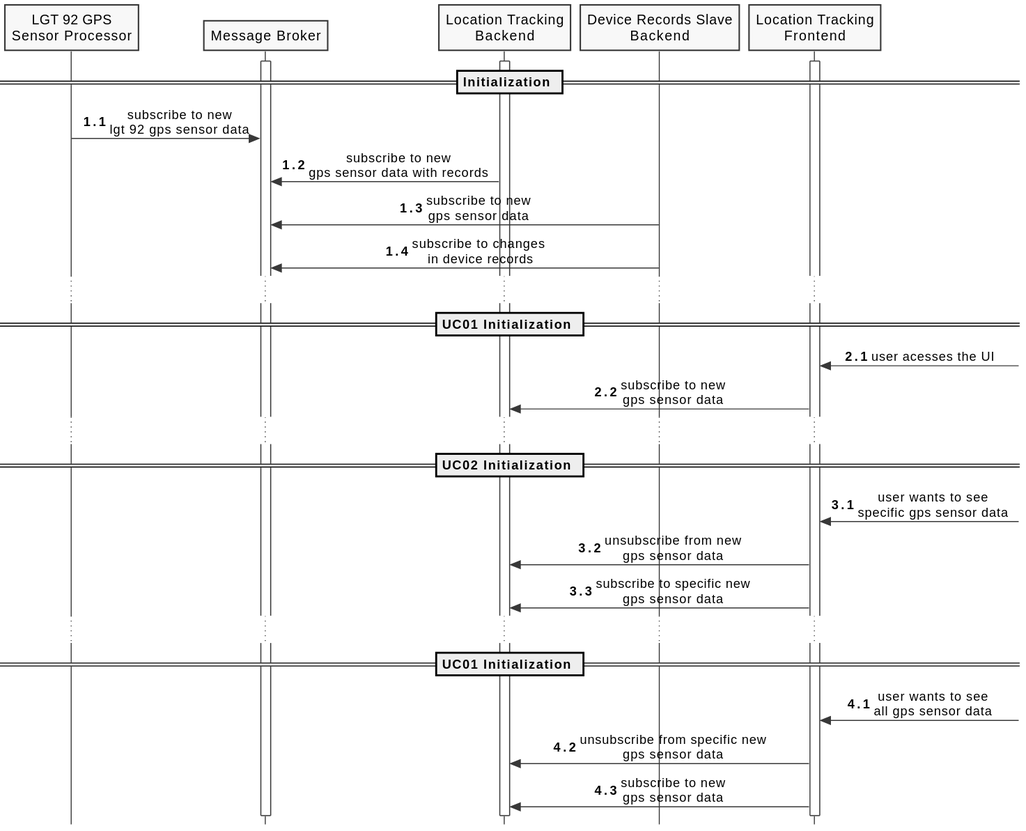
Above: docs/diagrams/process-view-level2-uc00.svg in FilipeMCruz/sensae-console (PlantUML), before the change.
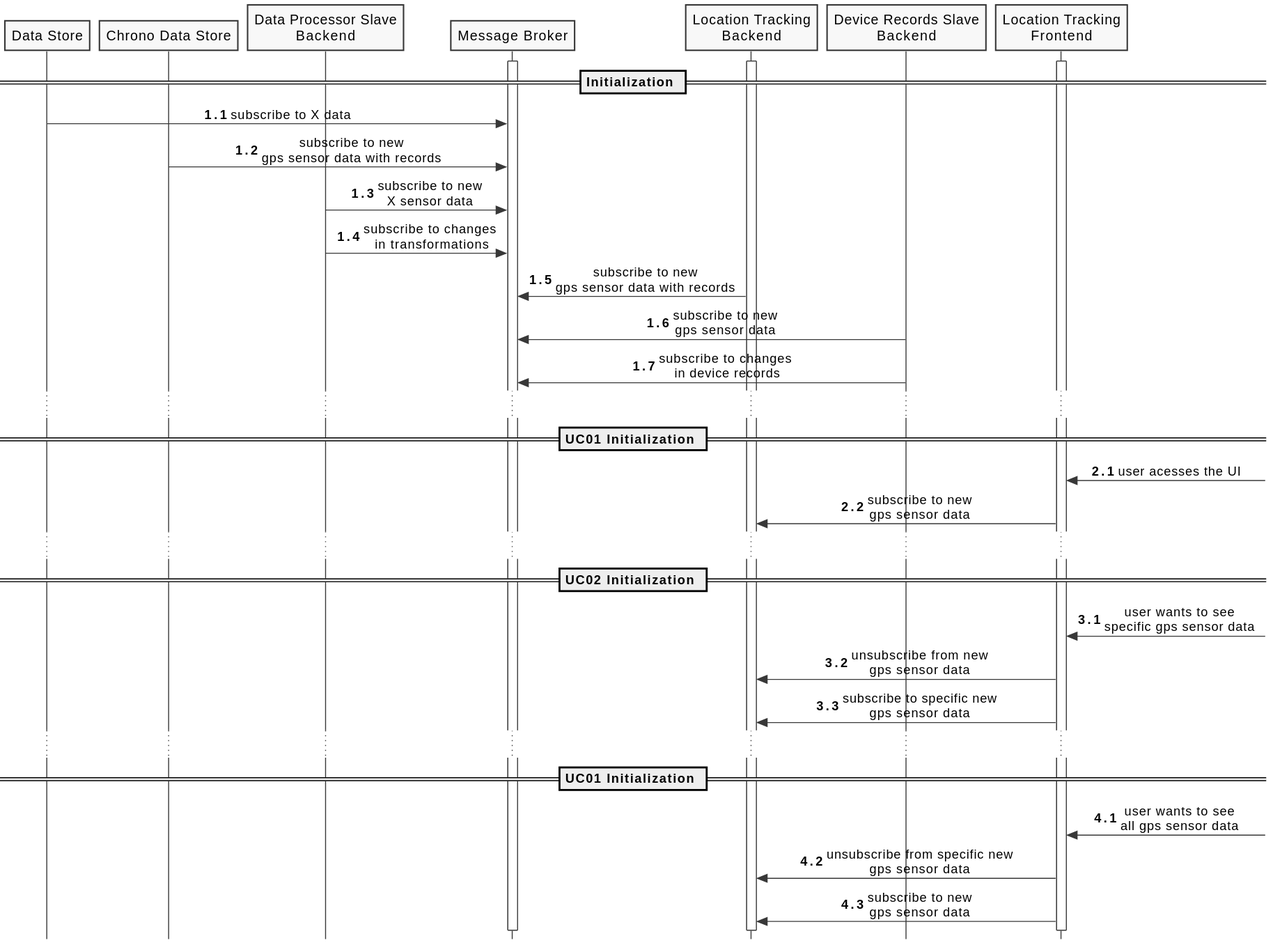
After the change.

Diff of the diagram source:
```diff
@@ -8,8 +8,9 @@
 autonumber 1.1
 
 participant "Data Gateway" as DG
-participant "LGT 92 GPS\nSensor Gateway" as LGT92GPSG
-participant "LGT 92 GPS\nSensor Processor" as LGT92GPSP
+participant "Data Store" as DS
+participant "Chrono Data Store" as CDS
+participant "Data Processor Slave\nBackend" as SDP
 participant "Message Broker" as MB
 participant "Location Tracking\nBackend" as LTB
 participant "Device Records Slave\nBackend" as DRSB
@@ -20,7 +21,10 @@
 activate LTB
 
 == Initialization ==
-LGT92GPSP -> MB : subscribe to new\nlgt 92 gps sensor data
+DS -> MB : subscribe to X data
+CDS -> MB : subscribe to new\ngps sensor data with records
+SDP -> MB : subscribe to new\nX sensor data
+SDP -> MB : subscribe to changes\n in transformations
 LTB -> MB : subscribe to new\ngps sensor data with records
 DRSB -> MB : subscribe to new\ngps sensor data
 DRSB -> MB : subscribe to changes\n in device records
```
